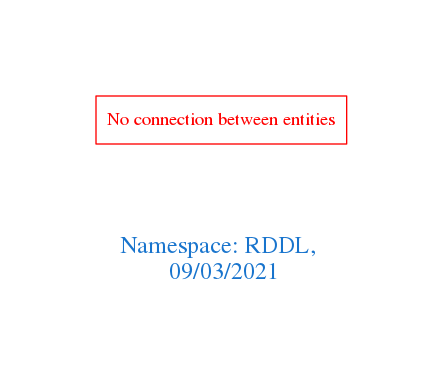
Before: downloads/RDDL.png, a diagram exported from Graphviz (arago/OGIT). Its source is kept beside it as downloads/RDDL.dot.
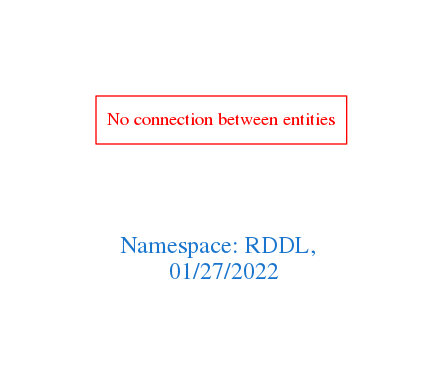
Later version of the same file.

What changed in the source:
```diff
@@ -1,7 +1,7 @@
 digraph OGIT_ontology {
  graph [ rankdir= LR,pad=1
 fontsize = 18,
-fontcolor= dodgerblue3,label = "\n\n\nNamespace: RDDL, \n 09/03/2021"];
+fontcolor= dodgerblue3,label = "\n\n\nNamespace: RDDL, \n 01/27/2022"];
 node[shape=polygon];
 edge [  color="gray81"];
 
```
